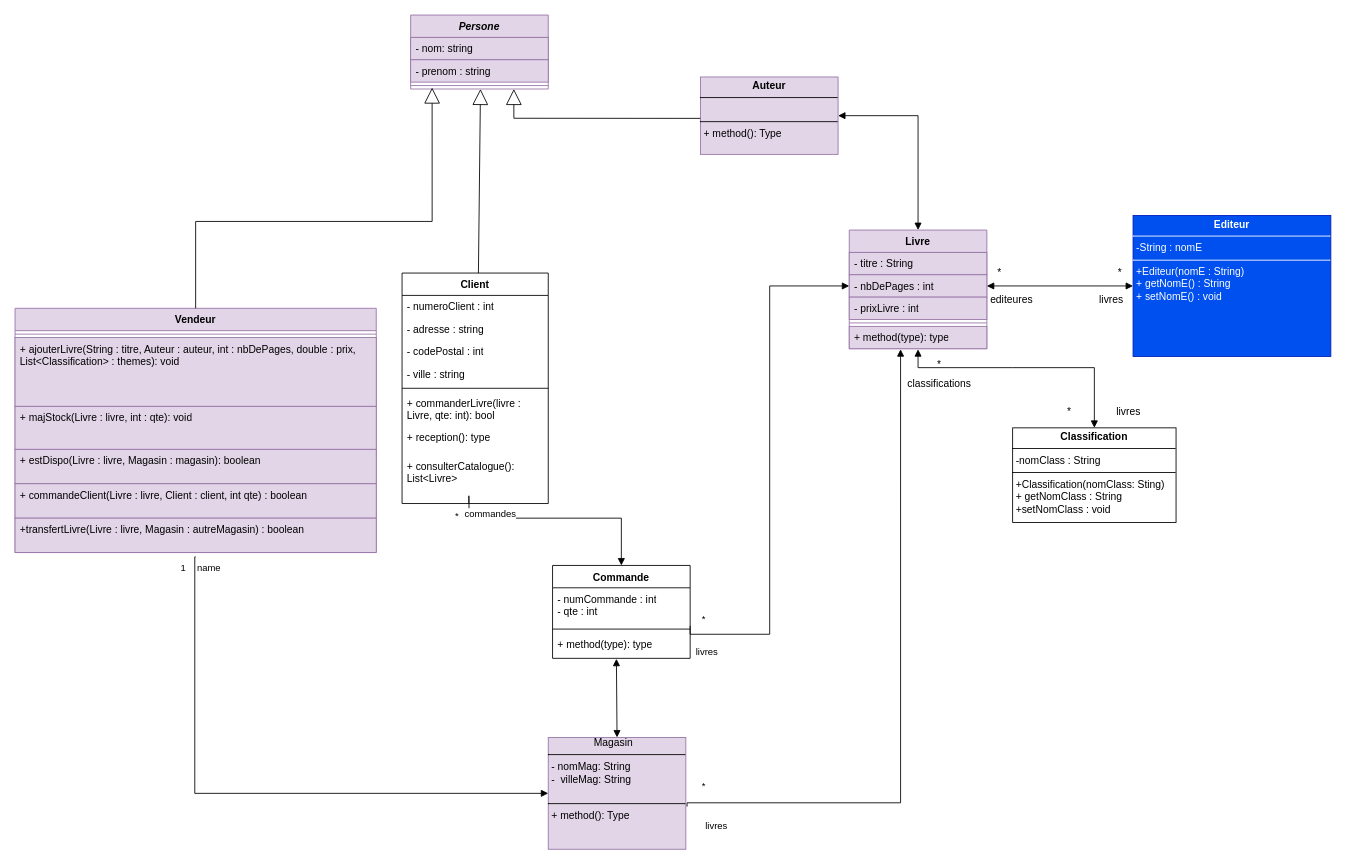
This is diagrammedeclasse.drawio from NolhanDolou/SAE_JAVA, a draw.io file, before an edit. Source tidied: cells renumbered, new cells numbered last; positions are measured from the earlier drawing's top-left corner, leaving out a move shared by most shapes. Both pictures are drawn from the tidied source at 86%, with x=0, y=0 at pixel (15, 15).
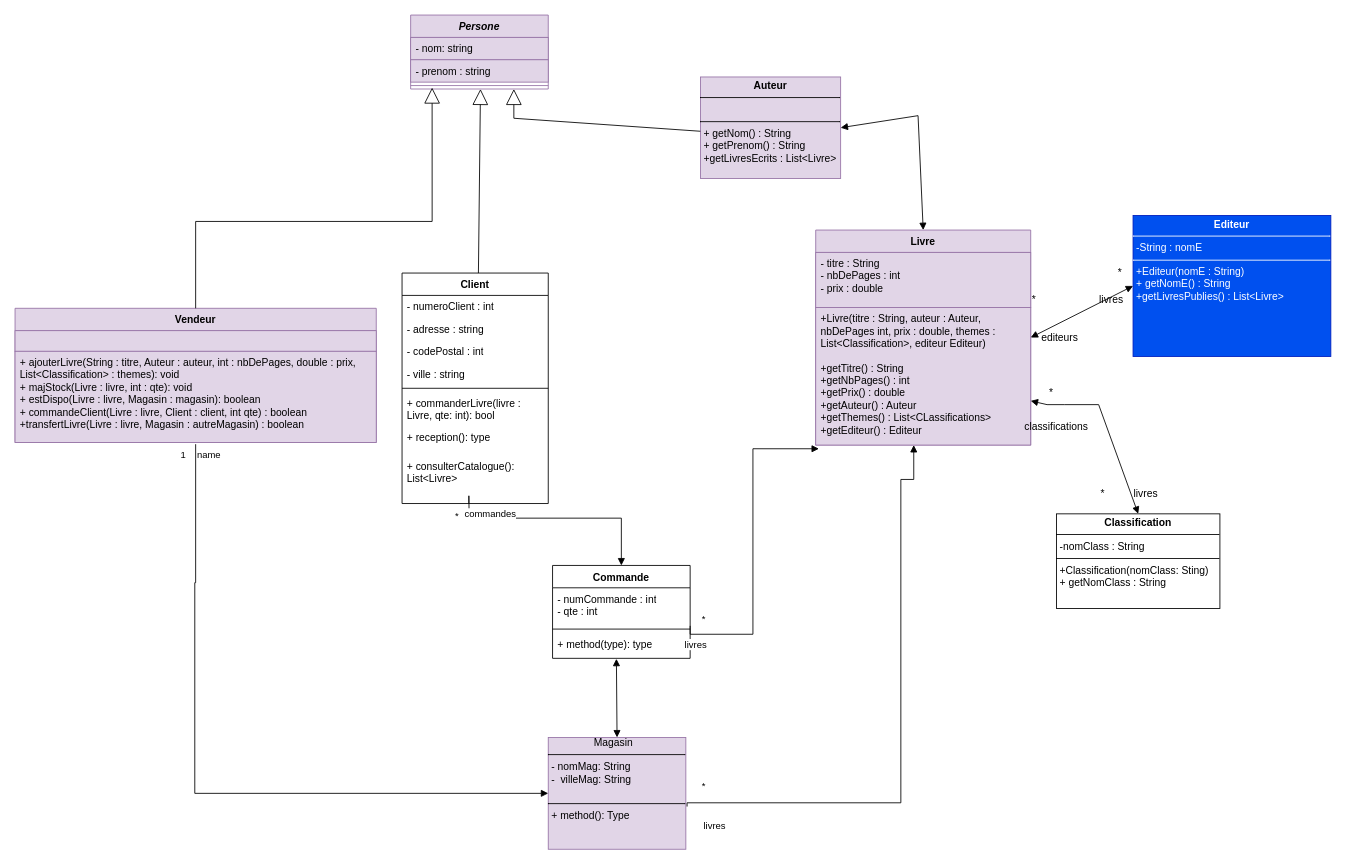
The same diagram, later.

Commit message:
Mettre à jour diagrammedeclasse.drawio

The change refers to these unchanged cells:
```xml
<mxCell id="29" value="&lt;div&gt;- numCommande : int&lt;/div&gt;&lt;div&gt;- qte : int&lt;/div&gt;" style="text;strokeColor=none;fillColor=none;align=left;verticalAlign=top;spacingLeft=4;spacingRight=4;overflow=hidden;points=[[0,0.5],[1,0.5]];portConstraint=eastwest;whiteSpace=wrap;html=1;" parent="28" vertex="1">
  <mxGeometry y="26" width="160" height="44" as="geometry" />
</mxCell>
<mxCell id="34" value="&lt;div&gt;&lt;span style=&quot;white-space: pre;&quot;&gt;&#9;&lt;/span&gt;&lt;span style=&quot;white-space: pre;&quot;&gt;&#9;&lt;/span&gt;Magasin&lt;/div&gt;&lt;hr size=&quot;1&quot; style=&quot;border-style:solid;&quot;&gt;&lt;p style=&quot;margin:0px;margin-left:4px;&quot;&gt;- nomMag: String&lt;/p&gt;&lt;p style=&quot;margin:0px;margin-left:4px;&quot;&gt;-&amp;nbsp; villeMag: String&lt;/p&gt;&lt;p style=&quot;margin:0px;margin-left:4px;&quot;&gt;&lt;br&gt;&lt;/p&gt;&lt;hr size=&quot;1&quot; style=&quot;border-style:solid;&quot;&gt;&lt;p style=&quot;margin:0px;margin-left:4px;&quot;&gt;+ method(): Type&lt;/p&gt;" style="verticalAlign=top;align=left;overflow=fill;html=1;whiteSpace=wrap;fillColor=#e1d5e7;strokeColor=#9673a6;" parent="1" vertex="1">
  <mxGeometry x="620" y="840" width="160" height="130" as="geometry" />
</mxCell>
```

The edit, as a diff of the source:
```diff
@@
     <mxCell id="15" value="Vendeur" style="swimlane;fontStyle=1;align=center;verticalAlign=top;horizontal=1;startSize=26;whiteSpace=wrap;html=1;fillColor=#e1d5e7;strokeColor=#9673a6;" parent="1" vertex="1">
-      <mxGeometry y="341" width="420" height="284" as="geometry" />
+      <mxGeometry y="341" width="420" height="156" as="geometry" />
     </mxCell>
-    <mxCell id="16" style="line;strokeWidth=1;fillColor=none;align=left;verticalAlign=middle;spacingTop=-1;spacingLeft=3;spacingRight=3;labelPosition=right;strokeColor=inherit;" parent="15" vertex="1">
-      <mxGeometry y="26" width="420" height="8" as="geometry" />
-    </mxCell>
-    <mxCell id="17" value="+ ajouterLivre(String : titre, Auteur : auteur, int : nbDePages, double : prix, List&amp;lt;Classification&amp;gt; : themes): void" style="text;strokeColor=#9673a6;fillColor=#e1d5e7;align=left;verticalAlign=top;spacingLeft=4;spacingRight=4;overflow=hidden;whiteSpace=wrap;html=1;" parent="15" vertex="1">
-      <mxGeometry y="34" width="420" height="80" as="geometry" />
+    <mxCell id="17" style="text;strokeColor=#9673a6;fillColor=#e1d5e7;align=left;verticalAlign=top;spacingLeft=4;spacingRight=4;overflow=hidden;whiteSpace=wrap;html=1;" parent="15" vertex="1">
+      <mxGeometry y="26" width="420" height="24" as="geometry" />
     </mxCell>
-    <mxCell id="18" value="&lt;div&gt;+ majStock(Livre : livre, int : qte): void&lt;/div&gt;&lt;div&gt;&lt;br&gt;&lt;/div&gt;" style="text;strokeColor=#9673a6;fillColor=#e1d5e7;align=left;verticalAlign=top;spacingLeft=4;spacingRight=4;overflow=hidden;whiteSpace=wrap;html=1;" parent="15" vertex="1">
-      <mxGeometry y="114" width="420" height="50" as="geometry" />
+    <mxCell id="18" value="&lt;div&gt;+ ajouterLivre(String : titre, Auteur : auteur, int : nbDePages, double : prix, List&amp;lt;Classification&amp;gt; : themes): void&lt;/div&gt;&lt;div&gt;&lt;div&gt;+ majStock(Livre : livre, int : qte): void&lt;/div&gt;&lt;div&gt;+ estDispo(Livre : livre, Magasin : magasin): boolean&lt;/div&gt;&lt;div&gt;+ commandeClient(Livre : livre, Client : client, int qte) : boolean&lt;/div&gt;&lt;div&gt;+transfertLivre(Livre : livre, Magasin : autreMagasin) : boolean&lt;/div&gt;&lt;/div&gt;" style="text;strokeColor=#9673a6;fillColor=#e1d5e7;align=left;verticalAlign=top;spacingLeft=4;spacingRight=4;overflow=hidden;whiteSpace=wrap;html=1;" parent="15" vertex="1">
+      <mxGeometry y="50" width="420" height="106" as="geometry" />
     </mxCell>
-    <mxCell id="19" value="+ estDispo(Livre : livre, Magasin : magasin): boolean" style="text;strokeColor=#9673a6;fillColor=#e1d5e7;align=left;verticalAlign=top;spacingLeft=4;spacingRight=4;overflow=hidden;whiteSpace=wrap;html=1;" parent="15" vertex="1">
-      <mxGeometry y="164" width="420" height="40" as="geometry" />
-    </mxCell>
-    <mxCell id="20" value="+ commandeClient(Livre : livre, Client : client, int qte) : boolean" style="text;strokeColor=#9673a6;fillColor=#e1d5e7;align=left;verticalAlign=top;spacingLeft=4;spacingRight=4;overflow=hidden;whiteSpace=wrap;html=1;" parent="15" vertex="1">
-      <mxGeometry y="204" width="420" height="40" as="geometry" />
-    </mxCell>
-    <mxCell id="21" value="+transfertLivre(Livre : livre, Magasin : autreMagasin) : boolean" style="text;strokeColor=#9673a6;fillColor=#e1d5e7;align=left;verticalAlign=top;spacingLeft=4;spacingRight=4;overflow=hidden;whiteSpace=wrap;html=1;" parent="15" vertex="1">
-      <mxGeometry y="244" width="420" height="40" as="geometry" />
-    </mxCell>
     <mxCell id="22" value="Livre" style="swimlane;fontStyle=1;align=center;verticalAlign=top;horizontal=1;startSize=26;whiteSpace=wrap;html=1;fillColor=#e1d5e7;strokeColor=#9673a6;" parent="1" vertex="1">
-      <mxGeometry x="970" y="250" width="160" height="138" as="geometry" />
+      <mxGeometry x="931" y="250" width="250" height="250" as="geometry" />
     </mxCell>
-    <mxCell id="23" value="- titre : String" style="text;strokeColor=#9673a6;fillColor=#e1d5e7;align=left;verticalAlign=top;spacingLeft=4;spacingRight=4;overflow=hidden;whiteSpace=wrap;html=1;" parent="22" vertex="1">
-      <mxGeometry y="26" width="160" height="26" as="geometry" />
+    <mxCell id="23" value="&lt;div&gt;- titre : String&lt;/div&gt;&lt;div&gt;- nbDePages : int&lt;/div&gt;&lt;div&gt;- prix : double&lt;/div&gt;" style="text;strokeColor=#9673a6;fillColor=#e1d5e7;align=left;verticalAlign=top;spacingLeft=4;spacingRight=4;overflow=hidden;whiteSpace=wrap;html=1;" parent="22" vertex="1">
+      <mxGeometry y="26" width="250" height="64" as="geometry" />
     </mxCell>
-    <mxCell id="24" value="- nbDePages : int" style="text;strokeColor=#9673a6;fillColor=#e1d5e7;align=left;verticalAlign=top;spacingLeft=4;spacingRight=4;overflow=hidden;points=[[0,0.5],[1,0.5]];portConstraint=eastwest;whiteSpace=wrap;html=1;" parent="22" vertex="1">
-      <mxGeometry y="52" width="160" height="26" as="geometry" />
-    </mxCell>
-    <mxCell id="25" value="&lt;div&gt;- prixLivre : int&lt;/div&gt;" style="text;strokeColor=#9673a6;fillColor=#e1d5e7;align=left;verticalAlign=top;spacingLeft=4;spacingRight=4;overflow=hidden;whiteSpace=wrap;html=1;" parent="22" vertex="1">
-      <mxGeometry y="78" width="160" height="26" as="geometry" />
-    </mxCell>
-    <mxCell id="26" style="line;strokeWidth=1;fillColor=#e1d5e7;align=left;verticalAlign=middle;spacingTop=-1;spacingLeft=3;spacingRight=3;labelPosition=right;strokeColor=#9673a6;" parent="22" vertex="1">
-      <mxGeometry y="104" width="160" height="8" as="geometry" />
-    </mxCell>
-    <mxCell id="27" value="+ method(type): type" style="text;strokeColor=#9673a6;fillColor=#e1d5e7;align=left;verticalAlign=top;spacingLeft=4;spacingRight=4;overflow=hidden;points=[[0,0.5],[1,0.5]];portConstraint=eastwest;whiteSpace=wrap;html=1;" parent="22" vertex="1">
-      <mxGeometry y="112" width="160" height="26" as="geometry" />
+    <mxCell id="27" value="&lt;div&gt;+Livre(titre : String, auteur : Auteur, nbDePages int, prix : double, themes : List&amp;lt;Classification&amp;gt;, editeur Editeur)&lt;/div&gt;&lt;div&gt;&lt;br&gt;&lt;/div&gt;&lt;div&gt;+getTitre() : String&lt;/div&gt;&lt;div&gt;+getNbPages() : int&lt;/div&gt;&lt;div&gt;+getPrix() : double&lt;/div&gt;&lt;div&gt;+getAuteur() : Auteur&lt;/div&gt;&lt;div&gt;+getThemes() : List&amp;lt;CLassifications&amp;gt;&lt;/div&gt;&lt;div&gt;+getEditeur() : Editeur&lt;/div&gt;&lt;div&gt;&lt;br&gt;&lt;/div&gt;" style="text;strokeColor=#9673a6;fillColor=#e1d5e7;align=left;verticalAlign=top;spacingLeft=4;spacingRight=4;overflow=hidden;points=[[0,0.5],[1,0.5]];portConstraint=eastwest;whiteSpace=wrap;html=1;" parent="22" vertex="1">
+      <mxGeometry y="90" width="250" height="160" as="geometry" />
     </mxCell>
@@
-    <mxCell id="35" value="&lt;p style=&quot;margin:0px;margin-top:4px;text-align:center;&quot;&gt;&lt;b&gt;Auteur&lt;/b&gt;&lt;/p&gt;&lt;hr size=&quot;1&quot; style=&quot;border-style:solid;&quot;&gt;&lt;br&gt;&lt;hr size=&quot;1&quot; style=&quot;border-style:solid;&quot;&gt;&lt;p style=&quot;margin:0px;margin-left:4px;&quot;&gt;+ method(): Type&lt;/p&gt;" style="verticalAlign=top;align=left;overflow=fill;html=1;whiteSpace=wrap;fillColor=#e1d5e7;strokeColor=#9673a6;" parent="1" vertex="1">
-      <mxGeometry x="797" y="72" width="160" height="90" as="geometry" />
+    <mxCell id="35" value="&lt;p style=&quot;margin:0px;margin-top:4px;text-align:center;&quot;&gt;&lt;b&gt;Auteur&lt;/b&gt;&lt;/p&gt;&lt;hr size=&quot;1&quot; style=&quot;border-style:solid;&quot;&gt;&lt;br&gt;&lt;hr size=&quot;1&quot; style=&quot;border-style:solid;&quot;&gt;&lt;p style=&quot;margin:0px;margin-left:4px;&quot;&gt;+ getNom() : String &lt;br&gt;&lt;/p&gt;&lt;p style=&quot;margin:0px;margin-left:4px;&quot;&gt;+ getPrenom() : String&lt;/p&gt;&lt;p style=&quot;margin:0px;margin-left:4px;&quot;&gt;+getLivresEcrits : List&amp;lt;Livre&amp;gt;&lt;/p&gt;" style="verticalAlign=top;align=left;overflow=fill;html=1;whiteSpace=wrap;fillColor=#e1d5e7;strokeColor=#9673a6;" parent="1" vertex="1">
+      <mxGeometry x="797" y="72" width="163" height="118" as="geometry" />
     </mxCell>
@@
-    <mxCell id="37" value="&lt;p style=&quot;margin:0px;margin-top:4px;text-align:center;&quot;&gt;&lt;b&gt;Editeur&lt;/b&gt;&lt;/p&gt;&lt;hr size=&quot;1&quot; style=&quot;border-style:solid;&quot;&gt;&lt;p style=&quot;margin:0px;margin-left:4px;&quot;&gt;-String : nomE&lt;/p&gt;&lt;hr size=&quot;1&quot; style=&quot;border-style:solid;&quot;&gt;&lt;p style=&quot;margin:0px;margin-left:4px;&quot;&gt;+Editeur(nomE : String)&lt;/p&gt;&lt;p style=&quot;margin:0px;margin-left:4px;&quot;&gt;+ getNomE() : String&lt;/p&gt;&lt;p style=&quot;margin:0px;margin-left:4px;&quot;&gt;+ setNomE() : void&lt;/p&gt;&lt;p style=&quot;margin:0px;margin-left:4px;&quot;&gt;&lt;br&gt;&lt;/p&gt;&lt;p style=&quot;margin:0px;margin-left:4px;&quot;&gt;&lt;br&gt;&lt;/p&gt;" style="verticalAlign=top;align=left;overflow=fill;html=1;whiteSpace=wrap;fillColor=#0050ef;fontColor=#ffffff;strokeColor=#001DBC;" parent="1" vertex="1">
+    <mxCell id="37" value="&lt;p style=&quot;margin:0px;margin-top:4px;text-align:center;&quot;&gt;&lt;b&gt;Editeur&lt;/b&gt;&lt;/p&gt;&lt;hr size=&quot;1&quot; style=&quot;border-style:solid;&quot;&gt;&lt;p style=&quot;margin:0px;margin-left:4px;&quot;&gt;-String : nomE&lt;/p&gt;&lt;hr size=&quot;1&quot; style=&quot;border-style:solid;&quot;&gt;&lt;p style=&quot;margin:0px;margin-left:4px;&quot;&gt;+Editeur(nomE : String)&lt;/p&gt;&lt;p style=&quot;margin:0px;margin-left:4px;&quot;&gt;+ getNomE() : String&lt;/p&gt;&lt;p style=&quot;margin:0px;margin-left:4px;&quot;&gt;+getLivresPublies() : List&amp;lt;Livre&amp;gt;&lt;/p&gt;&lt;p style=&quot;margin:0px;margin-left:4px;&quot;&gt;&lt;br&gt;&lt;/p&gt;&lt;p style=&quot;margin:0px;margin-left:4px;&quot;&gt;&lt;br&gt;&lt;/p&gt;" style="verticalAlign=top;align=left;overflow=fill;html=1;whiteSpace=wrap;fillColor=#0050ef;fontColor=#ffffff;strokeColor=#001DBC;" parent="1" vertex="1">
       <mxGeometry x="1300" y="233" width="230" height="164" as="geometry" />
     </mxCell>
-    <mxCell id="38" style="endArrow=block;startArrow=block;endFill=1;startFill=1;html=1;rounded=0;exitX=1;exitY=0.5;exitDx=0;exitDy=0;entryX=0;entryY=0.5;entryDx=0;entryDy=0;" parent="1" edge="1" source="24" target="37">
+    <mxCell id="38" style="endArrow=block;startArrow=block;endFill=1;startFill=1;html=1;rounded=0;exitX=1;exitY=0.5;exitDx=0;exitDy=0;entryX=0;entryY=0.5;entryDx=0;entryDy=0;" parent="1" edge="1" source="22" target="37">
       <mxGeometry relative="1" as="geometry" />
     </mxCell>
-    <mxCell id="39" value="&lt;p style=&quot;margin:0px;margin-top:4px;text-align:center;&quot;&gt;&lt;b&gt;Classification&lt;/b&gt;&lt;/p&gt;&lt;hr size=&quot;1&quot; style=&quot;border-style:solid;&quot;&gt;&lt;p style=&quot;margin:0px;margin-left:4px;&quot;&gt;-nomClass : String&lt;/p&gt;&lt;hr size=&quot;1&quot; style=&quot;border-style:solid;&quot;&gt;&lt;p style=&quot;margin:0px;margin-left:4px;&quot;&gt;+Classification(nomClass: Sting)&lt;/p&gt;&lt;p style=&quot;margin:0px;margin-left:4px;&quot;&gt;+ getNomClass : String&lt;/p&gt;&lt;p style=&quot;margin:0px;margin-left:4px;&quot;&gt;+setNomClass : void&lt;/p&gt;" style="verticalAlign=top;align=left;overflow=fill;html=1;whiteSpace=wrap;" parent="1" vertex="1">
-      <mxGeometry x="1160" y="480" width="190" height="110" as="geometry" />
+    <mxCell id="39" value="&lt;p style=&quot;margin:0px;margin-top:4px;text-align:center;&quot;&gt;&lt;b&gt;Classification&lt;/b&gt;&lt;/p&gt;&lt;hr size=&quot;1&quot; style=&quot;border-style:solid;&quot;&gt;&lt;p style=&quot;margin:0px;margin-left:4px;&quot;&gt;-nomClass : String&lt;/p&gt;&lt;hr size=&quot;1&quot; style=&quot;border-style:solid;&quot;&gt;&lt;p style=&quot;margin:0px;margin-left:4px;&quot;&gt;+Classification(nomClass: Sting)&lt;/p&gt;&lt;p style=&quot;margin:0px;margin-left:4px;&quot;&gt;+ getNomClass : String&lt;/p&gt;" style="verticalAlign=top;align=left;overflow=fill;html=1;whiteSpace=wrap;" parent="1" vertex="1">
+      <mxGeometry x="1211" y="580" width="190" height="110" as="geometry" />
     </mxCell>
-    <mxCell id="40" style="endArrow=block;startArrow=block;endFill=1;startFill=1;html=1;rounded=0;entryX=0.5;entryY=0;entryDx=0;entryDy=0;exitX=0.5;exitY=1.024;exitDx=0;exitDy=0;exitPerimeter=0;" parent="1" edge="1" source="27" target="39">
+    <mxCell id="40" style="endArrow=block;startArrow=block;endFill=1;startFill=1;html=1;rounded=0;entryX=0.5;entryY=0;entryDx=0;entryDy=0;" parent="1" edge="1" source="27" target="39">
       <mxGeometry relative="1" as="geometry">
         <Array as="points">
-          <mxPoint x="1050" y="410" />
-          <mxPoint x="1160" y="410" />
-          <mxPoint x="1255" y="410" />
+          <mxPoint x="1200" y="453" />
+          <mxPoint x="1220" y="453" />
+          <mxPoint x="1260" y="453" />
         </Array>
       </mxGeometry>
     </mxCell>
@@
     <mxCell id="46" value="name" style="endArrow=block;endFill=1;html=1;edgeStyle=orthogonalEdgeStyle;align=left;verticalAlign=top;rounded=0;entryX=0;entryY=0.5;entryDx=0;entryDy=0;" parent="1" edge="1" target="34">
       <mxGeometry x="-1" relative="1" as="geometry">
-        <mxPoint x="210" y="630" as="sourcePoint" />
+        <mxPoint x="210" y="499" as="sourcePoint" />
         <Array as="points">
+          <mxPoint x="210" y="660" />
+          <mxPoint x="209" y="660" />
           <mxPoint x="209" y="905" />
         </Array>
       </mxGeometry>
     </mxCell>
@@
-    <mxCell id="48" value="livres" style="endArrow=block;endFill=1;html=1;edgeStyle=orthogonalEdgeStyle;align=left;verticalAlign=top;rounded=0;exitX=1;exitY=1.005;exitDx=0;exitDy=0;exitPerimeter=0;entryX=0;entryY=0.5;entryDx=0;entryDy=0;" parent="1" edge="1" source="29" target="24">
+    <mxCell id="48" value="livres" style="endArrow=block;endFill=1;html=1;edgeStyle=orthogonalEdgeStyle;align=left;verticalAlign=top;rounded=0;exitX=1;exitY=1.005;exitDx=0;exitDy=0;exitPerimeter=0;entryX=0.015;entryY=1.027;entryDx=0;entryDy=0;entryPerimeter=0;" parent="1" edge="1" source="29" target="27">
       <mxGeometry x="-0.95" y="-8" relative="1" as="geometry" />
     </mxCell>
@@
-    <mxCell id="50" value="livres" style="endArrow=block;endFill=1;html=1;edgeStyle=orthogonalEdgeStyle;align=left;verticalAlign=top;rounded=0;entryX=0.373;entryY=1.023;entryDx=0;entryDy=0;entryPerimeter=0;exitX=1.009;exitY=0.618;exitDx=0;exitDy=0;exitPerimeter=0;" parent="1" edge="1" source="34" target="27">
+    <mxCell id="50" value="livres" style="endArrow=block;endFill=1;html=1;edgeStyle=orthogonalEdgeStyle;align=left;verticalAlign=top;rounded=0;exitX=1.009;exitY=0.618;exitDx=0;exitDy=0;exitPerimeter=0;" parent="1" edge="1" source="34">
       <mxGeometry x="-0.94" y="-14" relative="1" as="geometry">
+        <mxPoint x="1045" y="500" as="targetPoint" />
         <Array as="points">
           <mxPoint x="781" y="916" />
           <mxPoint x="1030" y="916" />
+          <mxPoint x="1030" y="540" />
+          <mxPoint x="1045" y="540" />
         </Array>
         <mxPoint x="1" as="offset" />
       </mxGeometry>
     </mxCell>
@@
     <mxCell id="52" value="*" style="text;html=1;align=center;verticalAlign=middle;whiteSpace=wrap;rounded=0;" parent="1" vertex="1">
-      <mxGeometry x="1130" y="290" width="30" height="20" as="geometry" />
+      <mxGeometry x="1170" y="321" width="30" height="20" as="geometry" />
     </mxCell>
@@
-    <mxCell id="54" value="editeures" style="text;html=1;align=center;verticalAlign=middle;whiteSpace=wrap;rounded=0;" parent="1" vertex="1">
-      <mxGeometry x="1144" y="321" width="30" height="20" as="geometry" />
+    <mxCell id="54" value="editeurs" style="text;html=1;align=center;verticalAlign=middle;whiteSpace=wrap;rounded=0;" parent="1" vertex="1">
+      <mxGeometry x="1200" y="365" width="30" height="20" as="geometry" />
     </mxCell>
@@
     <mxCell id="56" value="*" style="text;html=1;align=center;verticalAlign=middle;whiteSpace=wrap;rounded=0;" parent="1" vertex="1">
-      <mxGeometry x="1060" y="397" width="30" height="20" as="geometry" />
+      <mxGeometry x="1190" y="430" width="30" height="20" as="geometry" />
     </mxCell>
     <mxCell id="57" value="classifications" style="text;html=1;align=center;verticalAlign=middle;whiteSpace=wrap;rounded=0;" parent="1" vertex="1">
-      <mxGeometry x="1060" y="410" width="30" height="38" as="geometry" />
+      <mxGeometry x="1196" y="460" width="30" height="38" as="geometry" />
     </mxCell>
     <mxCell id="58" value="*" style="text;html=1;align=center;verticalAlign=middle;whiteSpace=wrap;rounded=0;" parent="1" vertex="1">
-      <mxGeometry x="1211" y="455.5" width="30" height="13" as="geometry" />
+      <mxGeometry x="1250" y="550" width="30" height="13" as="geometry" />
     </mxCell>
     <mxCell id="59" value="livres" style="text;html=1;align=center;verticalAlign=middle;whiteSpace=wrap;rounded=0;" parent="1" vertex="1">
-      <mxGeometry x="1280" y="443" width="30" height="38" as="geometry" />
+      <mxGeometry x="1300" y="537.5" width="30" height="38" as="geometry" />
     </mxCell>
```
